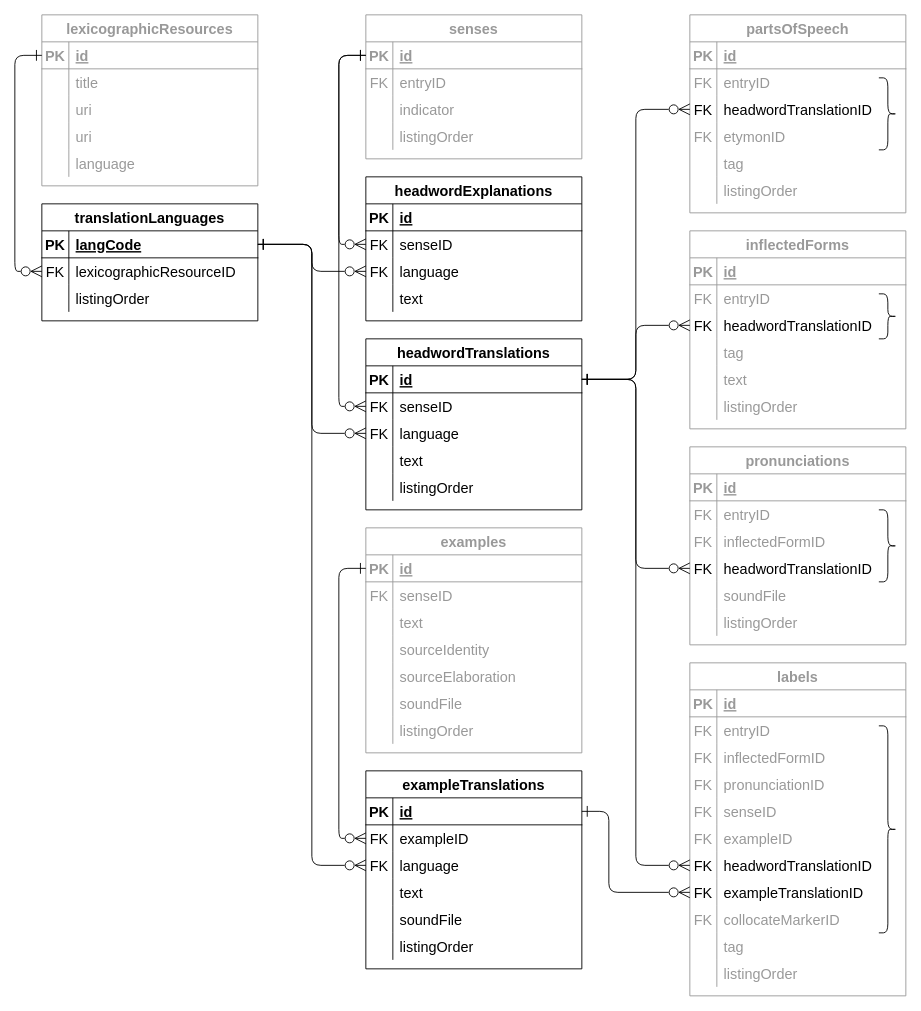
Above: dmlex-v1.0/specification/serializations/RDB/databaseDiagrams/xlingual.drawio in oasis-tcs/lexidma (draw.io), before the change. Source tidied: cells renumbered, new cells numbered last; positions are measured from the earlier drawing's top-left corner, leaving out a move shared by most shapes. Both pictures are drawn from the tidied source at 90%, with x=0, y=0 at pixel (14, 14).
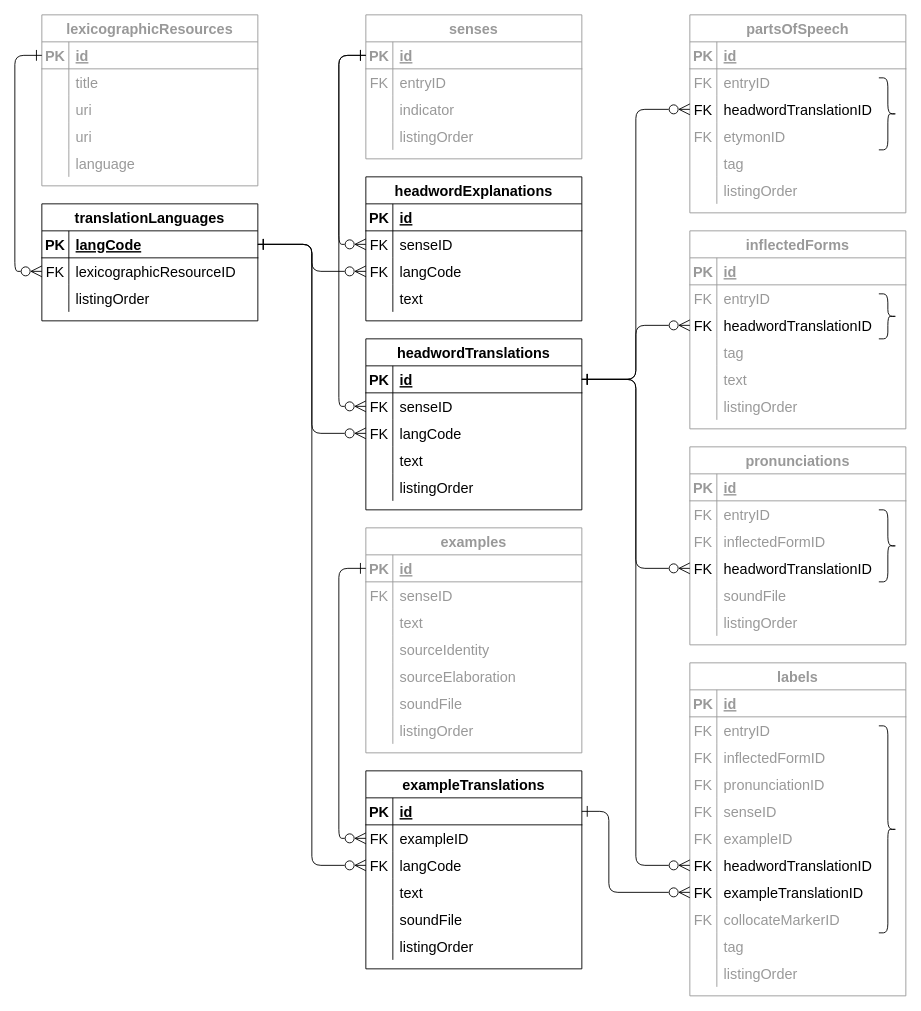
After the change.

Unchanged cells that the change refers to:
```xml
<mxCell id="162" style="shape=tableRow;horizontal=0;startSize=0;swimlaneHead=0;swimlaneBody=0;fillColor=none;points=[[0,0.5],[1,0.5]];portConstraint=eastwest;top=0;left=0;right=0;bottom=0;fontSize=16;" parent="155" vertex="1">
  <mxGeometry y="90" width="240" height="30" as="geometry" />
</mxCell>
<mxCell id="178" style="shape=tableRow;horizontal=0;startSize=0;swimlaneHead=0;swimlaneBody=0;fillColor=none;points=[[0,0.5],[1,0.5]];portConstraint=eastwest;top=0;left=0;right=0;bottom=0;fontSize=16;" parent="171" vertex="1">
  <mxGeometry y="90" width="240" height="30" as="geometry" />
</mxCell>
<mxCell id="191" style="shape=tableRow;horizontal=0;startSize=0;swimlaneHead=0;swimlaneBody=0;fillColor=none;points=[[0,0.5],[1,0.5]];portConstraint=eastwest;top=0;left=0;right=0;bottom=0;fontSize=16;" parent="184" vertex="1">
  <mxGeometry y="90" width="240" height="30" as="geometry" />
</mxCell>
```

The edit, as a diff of the source:
```diff
@@
-    <mxCell id="164" value="language" style="shape=partialRectangle;fillColor=none;top=0;left=0;bottom=0;right=0;align=left;spacingLeft=6;overflow=hidden;fontSize=16;" parent="162" vertex="1">
+    <mxCell id="164" value="langCode" style="shape=partialRectangle;fillColor=none;top=0;left=0;bottom=0;right=0;align=left;spacingLeft=6;overflow=hidden;fontSize=16;" parent="162" vertex="1">
       <mxGeometry x="30" width="210" height="30" as="geometry" />
     </mxCell>
@@
-    <mxCell id="180" value="language" style="shape=partialRectangle;fillColor=none;top=0;left=0;bottom=0;right=0;align=left;spacingLeft=6;overflow=hidden;fontSize=16;" parent="178" vertex="1">
+    <mxCell id="180" value="langCode" style="shape=partialRectangle;fillColor=none;top=0;left=0;bottom=0;right=0;align=left;spacingLeft=6;overflow=hidden;fontSize=16;" parent="178" vertex="1">
       <mxGeometry x="30" width="210" height="30" as="geometry" />
     </mxCell>
@@
-    <mxCell id="193" value="language" style="shape=partialRectangle;fillColor=none;top=0;left=0;bottom=0;right=0;align=left;spacingLeft=6;overflow=hidden;fontSize=16;" parent="191" vertex="1">
+    <mxCell id="193" value="langCode" style="shape=partialRectangle;fillColor=none;top=0;left=0;bottom=0;right=0;align=left;spacingLeft=6;overflow=hidden;fontSize=16;" parent="191" vertex="1">
       <mxGeometry x="30" width="210" height="30" as="geometry" />
     </mxCell>
```
